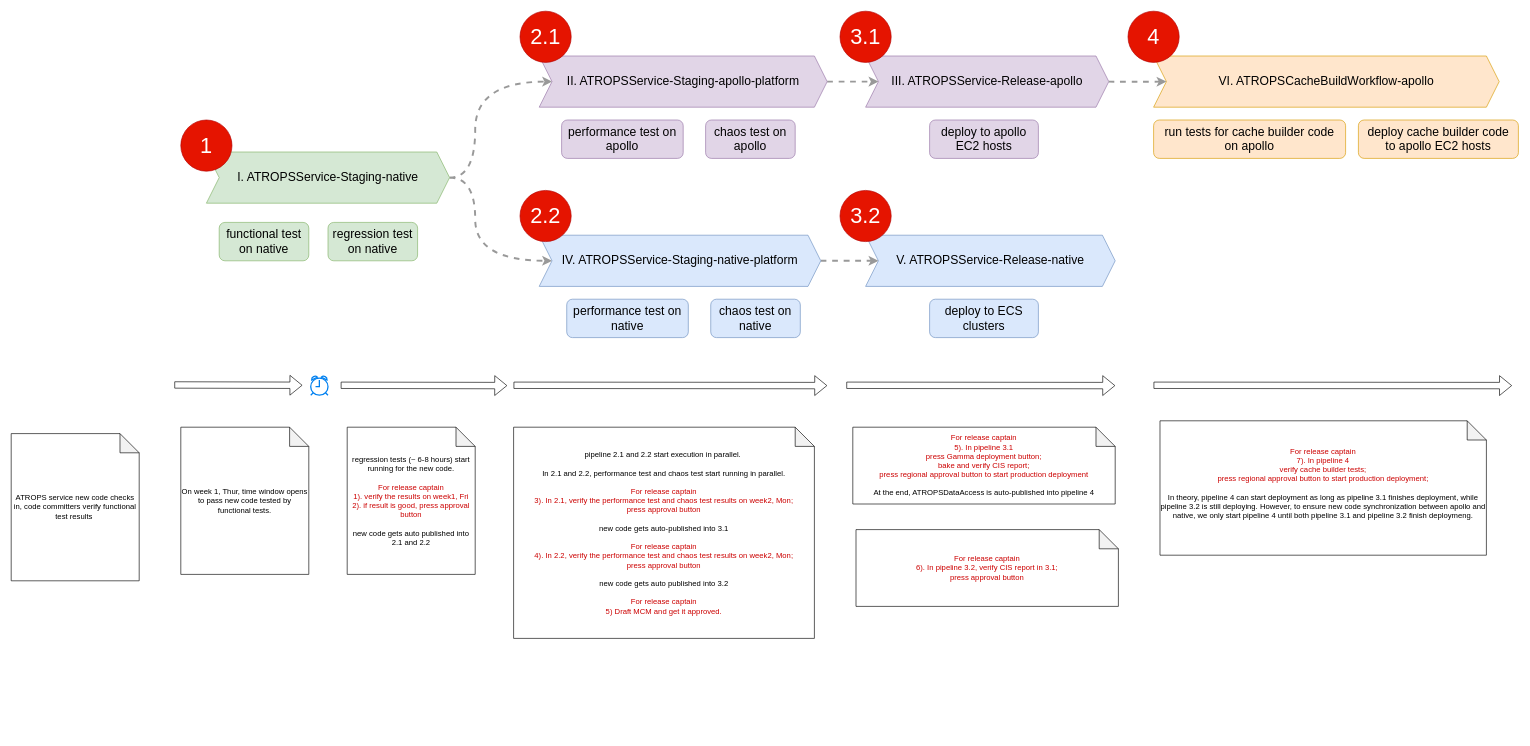
Above: page "interim-release-SOP" (19 of 19) of NAWS_ready_two_pipelines.drawio in PQMeng/draw.io-source-files (draw.io), before the change. Source tidied: cells renumbered, new cells numbered last; positions are measured from the earlier drawing's top-left corner, leaving out a move shared by most shapes. Both pictures are drawn from the tidied source at 64%, with x=0, y=0 at pixel (11, 11).
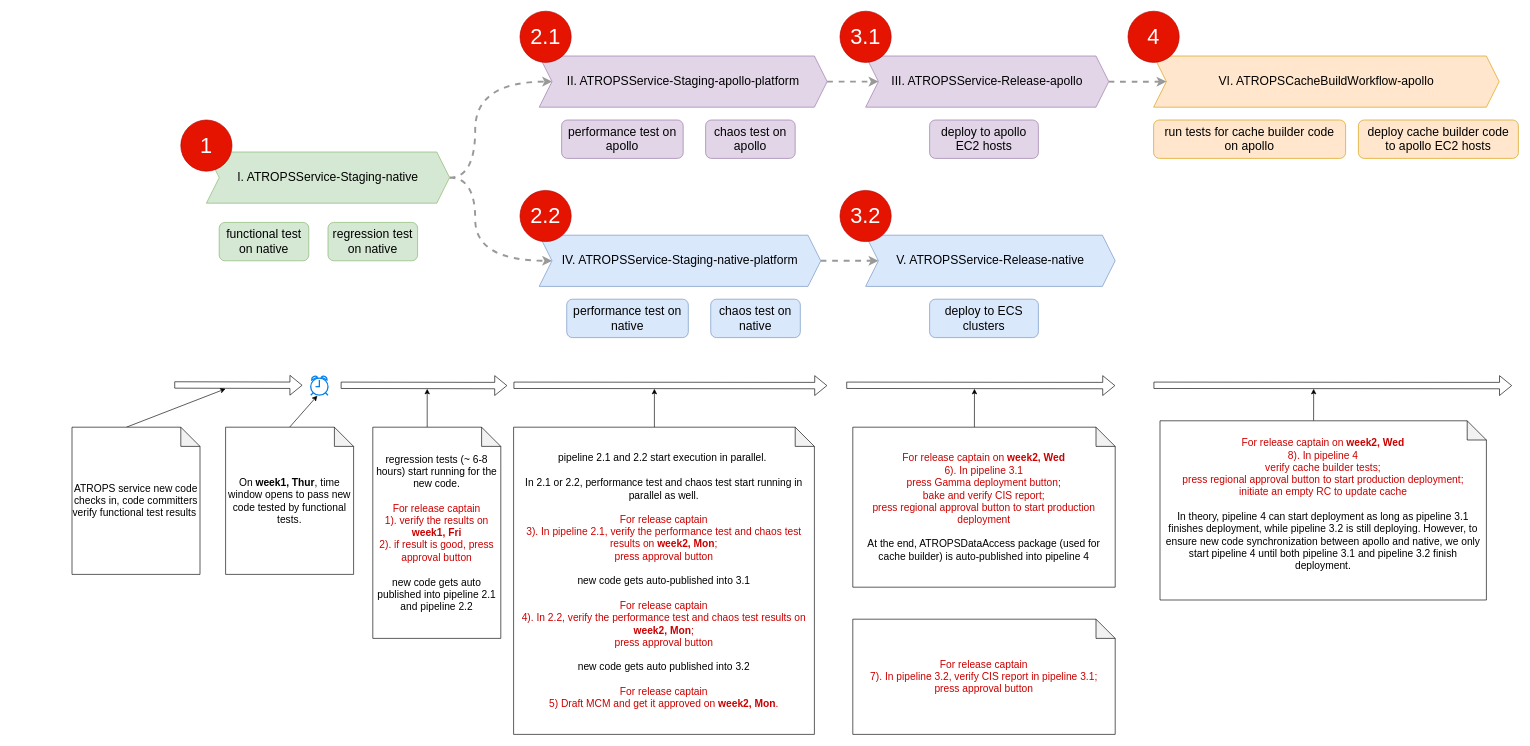
The same diagram, later.

The change refers to these unchanged cells:
```xml
<mxCell id="29" style="html=1;verticalLabelPosition=bottom;align=center;labelBackgroundColor=#ffffff;verticalAlign=top;strokeWidth=2;strokeColor=#0080F0;shadow=0;dashed=0;shape=mxgraph.ios7.icons.alarm_clock;" parent="1" vertex="1">
  <mxGeometry x="468" y="570" width="27" height="30" as="geometry" />
</mxCell>
```

What changed in the source:
```diff
@@
+    <mxCell id="42" style="edgeStyle=none;rounded=0;jettySize=auto;html=1;exitX=0;exitY=0;exitDx=85;exitDy=0;exitPerimeter=0;fontSize=16;fontColor=#000000;" parent="1" edge="1" source="30">
+      <mxGeometry relative="1" as="geometry">
+        <mxPoint x="335" y="590" as="targetPoint" />
+      </mxGeometry>
+    </mxCell>
-    <mxCell id="30" value="ATROPS service new code checks in, code committers verify functional test results&amp;nbsp;" style="shape=note;whiteSpace=wrap;html=1;backgroundOutline=1;darkOpacity=0.05;" parent="1" vertex="1">
-      <mxGeometry y="660" width="200" height="230" as="geometry" />
+    <mxCell id="30" value="ATROPS service new code checks in, code committers verify functional test results&amp;nbsp;" style="shape=note;whiteSpace=wrap;html=1;backgroundOutline=1;darkOpacity=0.05;fontSize=16;" parent="1" vertex="1">
+      <mxGeometry x="95" y="650" width="200" height="230" as="geometry" />
     </mxCell>
+    <mxCell id="43" style="rounded=0;jettySize=auto;html=1;exitX=0.5;exitY=0;exitDx=0;exitDy=0;exitPerimeter=0;entryX=0.386;entryY=1.024;entryDx=0;entryDy=0;entryPerimeter=0;fontSize=16;fontColor=#000000;" parent="1" edge="1" source="31" target="29">
+      <mxGeometry relative="1" as="geometry" />
+    </mxCell>
-    <mxCell id="31" value="On week 1, Thur, time window opens to pass new code tested by functional tests." style="shape=note;whiteSpace=wrap;html=1;backgroundOutline=1;darkOpacity=0.05;" parent="1" vertex="1">
-      <mxGeometry x="265" y="650" width="200" height="230" as="geometry" />
+    <mxCell id="31" value="On &lt;b&gt;week1, Thur&lt;/b&gt;, time window opens to pass new code tested by functional tests." style="shape=note;whiteSpace=wrap;html=1;backgroundOutline=1;darkOpacity=0.05;fontSize=16;" parent="1" vertex="1">
+      <mxGeometry x="335" y="650" width="200" height="230" as="geometry" />
     </mxCell>
@@
+    <mxCell id="44" style="edgeStyle=none;rounded=0;jettySize=auto;html=1;exitX=0;exitY=0;exitDx=85;exitDy=0;exitPerimeter=0;fontSize=16;fontColor=#000000;" parent="1" edge="1" source="33">
+      <mxGeometry relative="1" as="geometry">
+        <mxPoint x="650" y="590" as="targetPoint" />
+      </mxGeometry>
+    </mxCell>
-    <mxCell id="33" value="regression tests (~ 6-8 hours) start running for the new code.&lt;br&gt;&lt;br&gt;&lt;font color=&quot;#cc0000&quot;&gt;For release captain &lt;br&gt;1). verify the results on week1, Fri&lt;br&gt;2). if result is good, press approval button&lt;/font&gt;&lt;br&gt;&lt;br&gt;new code gets auto published into 2.1 and 2.2" style="shape=note;whiteSpace=wrap;html=1;backgroundOutline=1;darkOpacity=0.05;" parent="1" vertex="1">
-      <mxGeometry x="525" y="650" width="200" height="230" as="geometry" />
+    <mxCell id="33" value="regression tests (~ 6-8 hours) start running for the new code.&lt;br style=&quot;font-size: 16px&quot;&gt;&lt;br style=&quot;font-size: 16px&quot;&gt;&lt;font color=&quot;#cc0000&quot; style=&quot;font-size: 16px&quot;&gt;For release captain &lt;br style=&quot;font-size: 16px&quot;&gt;1). verify the results on &lt;b&gt;week1, Fri&lt;/b&gt;&lt;br style=&quot;font-size: 16px&quot;&gt;2). if result is good, press approval button&lt;/font&gt;&lt;br style=&quot;font-size: 16px&quot;&gt;&lt;br style=&quot;font-size: 16px&quot;&gt;new code gets auto published into pipeline 2.1 and pipeline 2.2" style="shape=note;whiteSpace=wrap;html=1;backgroundOutline=1;darkOpacity=0.05;fontSize=16;" parent="1" vertex="1">
+      <mxGeometry x="565" y="650" width="200" height="330" as="geometry" />
     </mxCell>
@@
+    <mxCell id="45" style="edgeStyle=none;rounded=0;jettySize=auto;html=1;exitX=0;exitY=0;exitDx=220;exitDy=0;exitPerimeter=0;fontSize=16;fontColor=#000000;" parent="1" edge="1" source="36">
+      <mxGeometry relative="1" as="geometry">
+        <mxPoint x="1005" y="590" as="targetPoint" />
+      </mxGeometry>
+    </mxCell>
-    <mxCell id="36" value="pipeline 2.1 and 2.2 start execution in parallel.&amp;nbsp;&lt;br&gt;&lt;br&gt;In 2.1 and 2.2, performance test and chaos test start running in parallel.&lt;br&gt;&amp;nbsp;&lt;br&gt;&lt;font color=&quot;#cc0000&quot;&gt;For release captain &lt;/font&gt;&lt;br&gt;&lt;font color=&quot;#cc0000&quot;&gt;3). In 2.1, verify the performance test and chaos test results on week2, Mon;&lt;/font&gt;&lt;br&gt;&lt;font color=&quot;#cc0000&quot;&gt;press approval button&lt;/font&gt;&lt;br&gt;&lt;br&gt;new code gets auto-published into 3.1&lt;br&gt;&lt;br&gt;&lt;font color=&quot;#cc0000&quot;&gt;For release captain&lt;/font&gt;&lt;br&gt;&lt;font color=&quot;#cc0000&quot;&gt;4). In 2.2,&amp;nbsp;&lt;/font&gt;&lt;span style=&quot;color: rgb(204 , 0 , 0)&quot;&gt;verify the performance test and chaos test results on week2, Mon;&lt;br&gt;press approval button&lt;br&gt;&lt;/span&gt;&lt;br&gt;new code gets auto published into 3.2&lt;br&gt;&lt;br&gt;&lt;font color=&quot;#cc0000&quot;&gt;For release captain&lt;br&gt;5) Draft MCM and get it approved.&lt;/font&gt;" style="shape=note;whiteSpace=wrap;html=1;backgroundOutline=1;darkOpacity=0.05;" parent="1" vertex="1">
-      <mxGeometry x="785" y="650" width="470" height="330" as="geometry" />
+    <mxCell id="36" value="pipeline 2.1 and 2.2 start execution in parallel.&amp;nbsp;&lt;br style=&quot;font-size: 16px&quot;&gt;&lt;br style=&quot;font-size: 16px&quot;&gt;In 2.1 or 2.2, performance test and chaos test start running in parallel as well.&lt;br style=&quot;font-size: 16px&quot;&gt;&amp;nbsp;&lt;br style=&quot;font-size: 16px&quot;&gt;&lt;font color=&quot;#cc0000&quot; style=&quot;font-size: 16px&quot;&gt;For release captain &lt;/font&gt;&lt;br style=&quot;font-size: 16px&quot;&gt;&lt;font color=&quot;#cc0000&quot; style=&quot;font-size: 16px&quot;&gt;3). In pipeline 2.1, verify the performance test and chaos test results on &lt;b&gt;week2, Mon&lt;/b&gt;;&lt;/font&gt;&lt;br style=&quot;font-size: 16px&quot;&gt;&lt;font color=&quot;#cc0000&quot; style=&quot;font-size: 16px&quot;&gt;press approval button&lt;/font&gt;&lt;br style=&quot;font-size: 16px&quot;&gt;&lt;br style=&quot;font-size: 16px&quot;&gt;new code gets auto-published into 3.1&lt;br style=&quot;font-size: 16px&quot;&gt;&lt;br style=&quot;font-size: 16px&quot;&gt;&lt;font color=&quot;#cc0000&quot; style=&quot;font-size: 16px&quot;&gt;For release captain&lt;/font&gt;&lt;br style=&quot;font-size: 16px&quot;&gt;&lt;font color=&quot;#cc0000&quot; style=&quot;font-size: 16px&quot;&gt;4). In 2.2,&amp;nbsp;&lt;/font&gt;&lt;span style=&quot;color: rgb(204 , 0 , 0) ; font-size: 16px&quot;&gt;verify the performance test and chaos test results on &lt;b&gt;week2, Mon&lt;/b&gt;;&lt;br style=&quot;font-size: 16px&quot;&gt;press approval button&lt;br style=&quot;font-size: 16px&quot;&gt;&lt;/span&gt;&lt;br style=&quot;font-size: 16px&quot;&gt;new code gets auto published into 3.2&lt;br style=&quot;font-size: 16px&quot;&gt;&lt;br style=&quot;font-size: 16px&quot;&gt;&lt;font color=&quot;#cc0000&quot; style=&quot;font-size: 16px&quot;&gt;For release captain&lt;br style=&quot;font-size: 16px&quot;&gt;5) Draft MCM and get it approved on &lt;b&gt;week2, Mon&lt;/b&gt;.&lt;/font&gt;" style="shape=note;whiteSpace=wrap;html=1;backgroundOutline=1;darkOpacity=0.05;fontSize=16;" parent="1" vertex="1">
+      <mxGeometry x="785" y="650" width="470" height="480" as="geometry" />
     </mxCell>
@@
+    <mxCell id="46" style="edgeStyle=none;rounded=0;jettySize=auto;html=1;exitX=0;exitY=0;exitDx=190;exitDy=0;exitPerimeter=0;fontSize=16;fontColor=#000000;" parent="1" edge="1" source="38">
+      <mxGeometry relative="1" as="geometry">
+        <mxPoint x="1505.1" y="590" as="targetPoint" />
+      </mxGeometry>
+    </mxCell>
-    <mxCell id="38" value="&lt;font color=&quot;#cc0000&quot;&gt;For release captain&lt;/font&gt;&lt;br&gt;&lt;font color=&quot;#cc0000&quot;&gt;5). In pipeline 3.1&lt;/font&gt;&lt;br&gt;&lt;font color=&quot;#cc0000&quot;&gt;press Gamma deployment button;&lt;/font&gt;&lt;br&gt;&lt;font color=&quot;#cc0000&quot;&gt;bake and verify CIS report;&lt;/font&gt;&lt;br&gt;&lt;font color=&quot;#cc0000&quot;&gt;press regional approval button to start production deployment&lt;/font&gt;&lt;br&gt;&lt;br&gt;At the end, ATROPSDataAccess is auto-published into pipeline 4" style="shape=note;whiteSpace=wrap;html=1;backgroundOutline=1;darkOpacity=0.05;" parent="1" vertex="1">
-      <mxGeometry x="1315" y="650" width="410" height="120" as="geometry" />
+    <mxCell id="38" value="&lt;font color=&quot;#cc0000&quot; style=&quot;font-size: 16px&quot;&gt;For release captain on &lt;b&gt;week2, Wed&lt;/b&gt;&lt;/font&gt;&lt;br style=&quot;font-size: 16px&quot;&gt;&lt;font color=&quot;#cc0000&quot; style=&quot;font-size: 16px&quot;&gt;6). In pipeline 3.1&lt;/font&gt;&lt;br style=&quot;font-size: 16px&quot;&gt;&lt;font color=&quot;#cc0000&quot; style=&quot;font-size: 16px&quot;&gt;press Gamma deployment button;&lt;/font&gt;&lt;br style=&quot;font-size: 16px&quot;&gt;&lt;font color=&quot;#cc0000&quot; style=&quot;font-size: 16px&quot;&gt;bake and verify CIS report;&lt;/font&gt;&lt;br style=&quot;font-size: 16px&quot;&gt;&lt;font color=&quot;#cc0000&quot; style=&quot;font-size: 16px&quot;&gt;press regional approval button to start production deployment&lt;/font&gt;&lt;br style=&quot;font-size: 16px&quot;&gt;&lt;br style=&quot;font-size: 16px&quot;&gt;At the end, ATROPSDataAccess package (used for cache builder) is auto-published into pipeline 4" style="shape=note;whiteSpace=wrap;html=1;backgroundOutline=1;darkOpacity=0.05;fontSize=16;" parent="1" vertex="1">
+      <mxGeometry x="1315" y="650" width="410" height="250" as="geometry" />
     </mxCell>
-    <mxCell id="39" value="&lt;font color=&quot;#cc0000&quot;&gt;For release captain&lt;/font&gt;&lt;br&gt;&lt;font color=&quot;#cc0000&quot;&gt;6). In pipeline 3.2, verify CIS report in 3.1;&lt;br&gt;press approval button&lt;/font&gt;" style="shape=note;whiteSpace=wrap;html=1;backgroundOutline=1;darkOpacity=0.05;" parent="1" vertex="1">
-      <mxGeometry x="1320" y="810" width="410" height="120" as="geometry" />
+    <mxCell id="39" value="&lt;font color=&quot;#cc0000&quot; style=&quot;font-size: 16px&quot;&gt;For release captain&lt;/font&gt;&lt;br style=&quot;font-size: 16px&quot;&gt;&lt;font color=&quot;#cc0000&quot; style=&quot;font-size: 16px&quot;&gt;7). In pipeline 3.2, verify CIS report in pipeline 3.1;&lt;br style=&quot;font-size: 16px&quot;&gt;press approval button&lt;/font&gt;" style="shape=note;whiteSpace=wrap;html=1;backgroundOutline=1;darkOpacity=0.05;fontSize=16;" parent="1" vertex="1">
+      <mxGeometry x="1315" y="950" width="410" height="180" as="geometry" />
     </mxCell>
@@
+    <mxCell id="47" style="edgeStyle=none;rounded=0;jettySize=auto;html=1;exitX=0;exitY=0;exitDx=240;exitDy=0;exitPerimeter=0;fontSize=16;fontColor=#000000;" parent="1" edge="1" source="41">
+      <mxGeometry relative="1" as="geometry">
+        <mxPoint x="2035.1" y="590" as="targetPoint" />
+      </mxGeometry>
+    </mxCell>
-    <mxCell id="41" value="&lt;font color=&quot;#cc0000&quot;&gt;For release captain&lt;/font&gt;&lt;br&gt;&lt;font color=&quot;#cc0000&quot;&gt;7). In pipeline 4&lt;/font&gt;&lt;br&gt;&lt;font color=&quot;#cc0000&quot;&gt;verify cache builder tests;&lt;/font&gt;&lt;br&gt;&lt;font color=&quot;#cc0000&quot;&gt;press regional approval button to start production deployment;&lt;/font&gt;&lt;br&gt;&lt;br&gt;In theory, pipeline 4 can start deployment as long as pipeline 3.1 finishes deployment, while pipeline 3.2 is still deploying. However, to ensure new code &lt;span style=&quot;font-size: 12px&quot;&gt;synchronization between apollo and native, we only start pipeline 4 until both pipeline 3.1 and pipeline 3.2 finish deploymeng.&lt;/span&gt;&lt;br&gt;&lt;font color=&quot;#cc0000&quot;&gt;&amp;nbsp;&lt;/font&gt;" style="shape=note;whiteSpace=wrap;html=1;backgroundOutline=1;darkOpacity=0.05;" parent="1" vertex="1">
-      <mxGeometry x="1795" y="640" width="510" height="210" as="geometry" />
+    <mxCell id="41" value="&lt;font color=&quot;#cc0000&quot; style=&quot;font-size: 16px&quot;&gt;For release captain on &lt;b&gt;week2, Wed&lt;/b&gt;&lt;/font&gt;&lt;br style=&quot;font-size: 16px&quot;&gt;&lt;font color=&quot;#cc0000&quot; style=&quot;font-size: 16px&quot;&gt;8). In pipeline 4&lt;/font&gt;&lt;br style=&quot;font-size: 16px&quot;&gt;&lt;font color=&quot;#cc0000&quot; style=&quot;font-size: 16px&quot;&gt;verify cache builder tests;&lt;/font&gt;&lt;br style=&quot;font-size: 16px&quot;&gt;&lt;font color=&quot;#cc0000&quot; style=&quot;font-size: 16px&quot;&gt;press regional approval button to start production deployment;&lt;br&gt;&lt;/font&gt;&lt;font color=&quot;#cc0000&quot;&gt;initiate an empty RC to update cache&lt;/font&gt;&lt;br style=&quot;font-size: 16px&quot;&gt;&lt;br style=&quot;font-size: 16px&quot;&gt;In theory, pipeline 4 can start deployment as long as pipeline 3.1 finishes deployment, while pipeline 3.2 is still deploying. However, to ensure new code &lt;span style=&quot;font-size: 16px&quot;&gt;synchronization between apollo and native, we only start pipeline 4 until both pipeline 3.1 and pipeline 3.2 finish deployment.&lt;/span&gt;&lt;br style=&quot;font-size: 16px&quot;&gt;&lt;font color=&quot;#cc0000&quot; style=&quot;font-size: 16px&quot;&gt;&amp;nbsp;&lt;/font&gt;" style="shape=note;whiteSpace=wrap;html=1;backgroundOutline=1;darkOpacity=0.05;fontSize=16;" parent="1" vertex="1">
+      <mxGeometry x="1795" y="640" width="510" height="280" as="geometry" />
     </mxCell>
```
